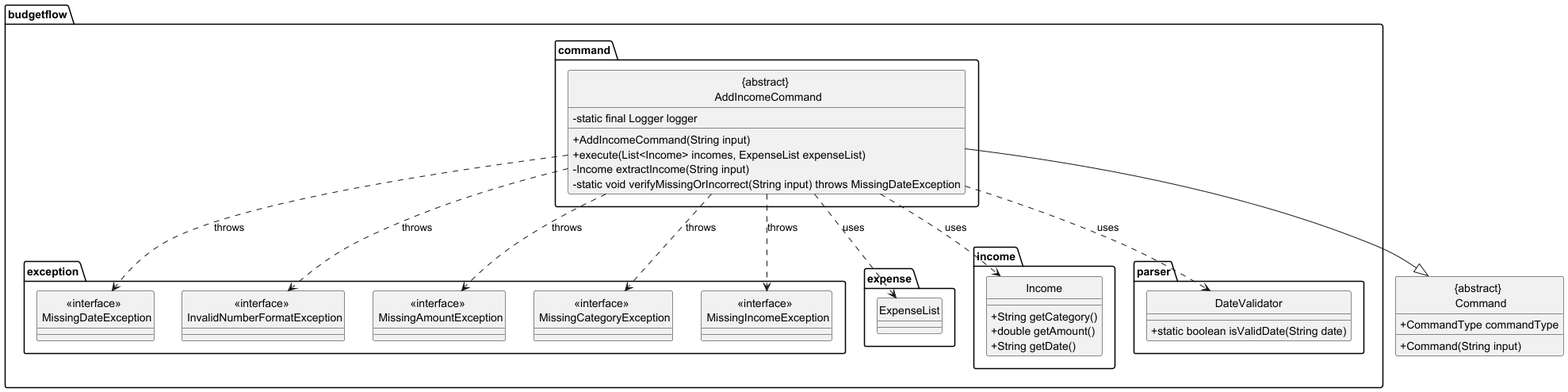
The PlantUML diagram docs/diagrams/add_income_command_class.png in thienkimtranhoang/tp, before a commit.
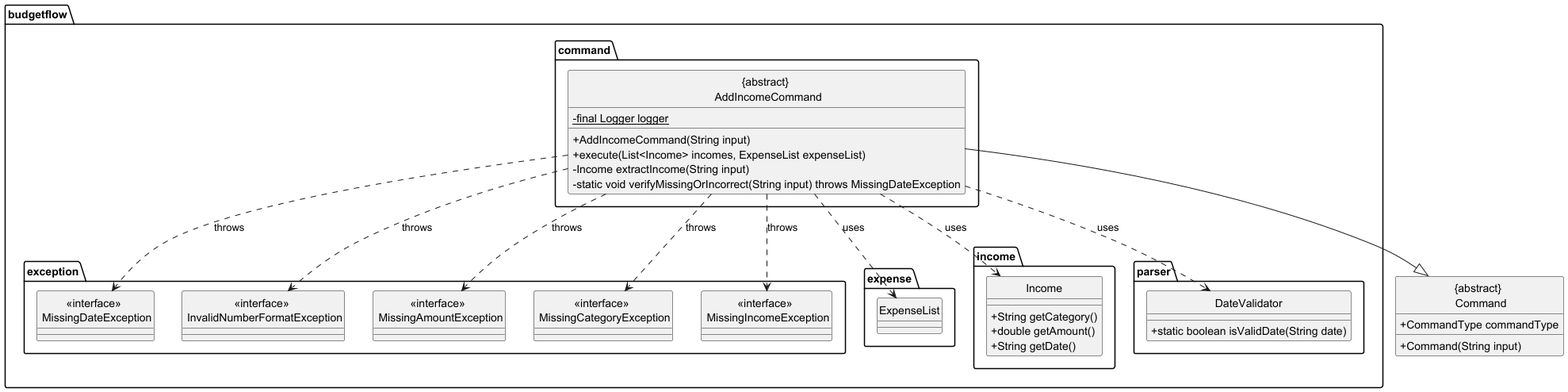
Later version of the same file.

Diff of the diagram source:
```diff
@@ -6,7 +6,7 @@
 package budgetflow.command {
 
     class "{abstract} \n AddIncomeCommand" {
-        - static final Logger logger
+        - {static} final Logger logger
         + AddIncomeCommand(String input)
         + execute(List<Income> incomes, ExpenseList expenseList)
         - Income extractIncome(String input)
```
